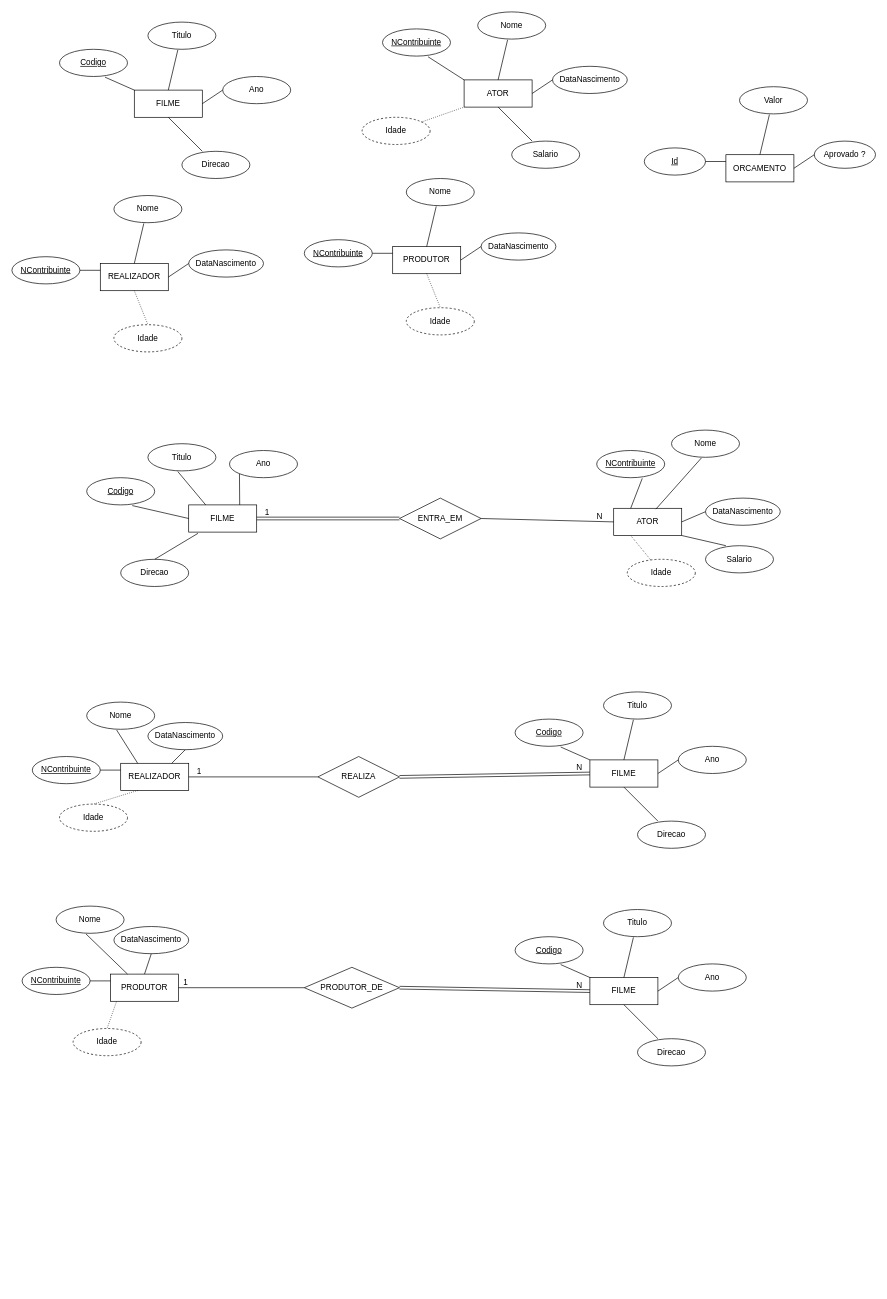
This is DiagramaFilme.drawio from VascoMatos/diagramas, a draw.io file, before an edit. Source tidied: cells renumbered, new cells numbered last; positions are measured from the earlier drawing's top-left corner, leaving out a move shared by most shapes. Both pictures are drawn from the tidied source at 68%, with x=0, y=0 at pixel (12, 12).
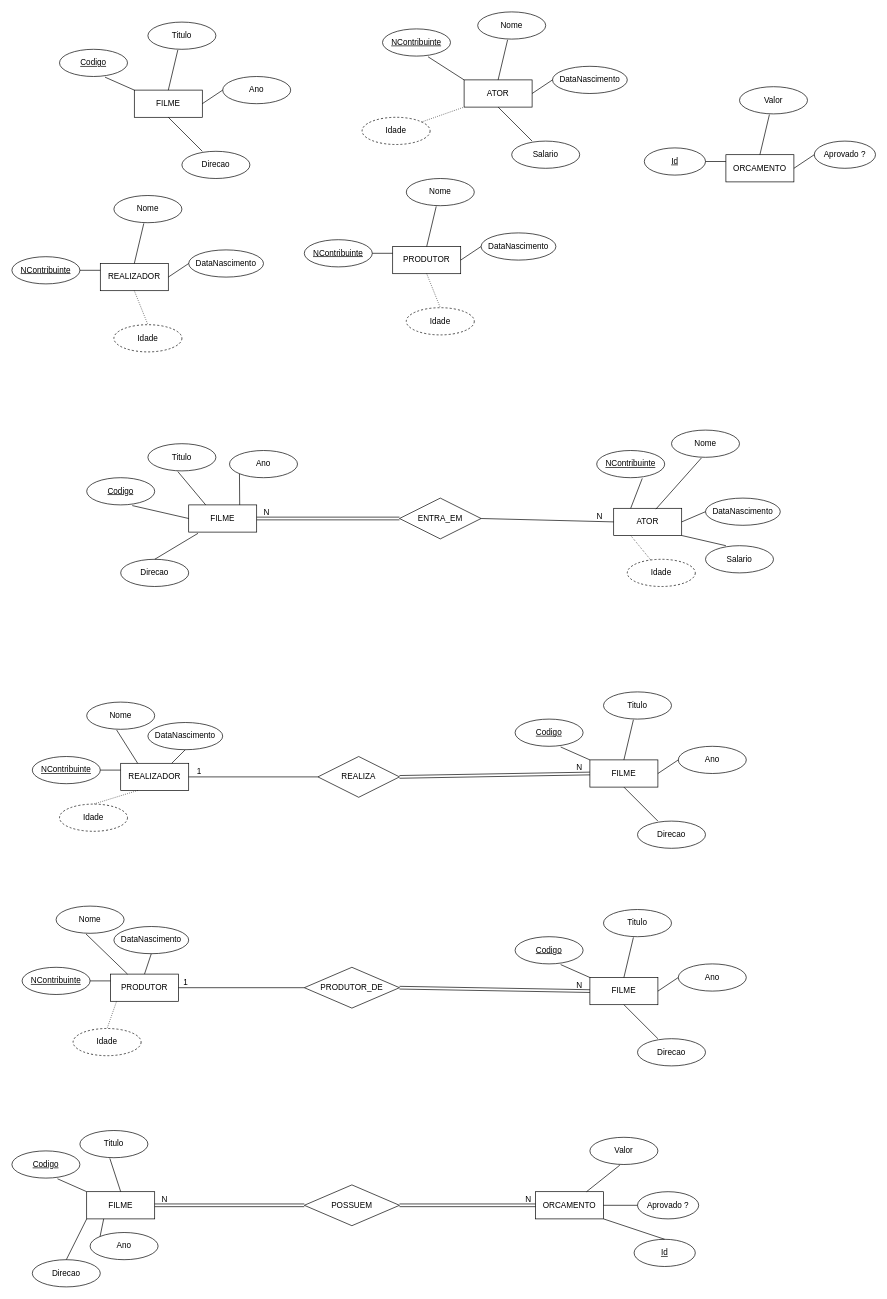
Above is the later version.

Unchanged cells that the change refers to:
```xml
<mxCell id="68" style="shape=link;html=1;rounded=0;exitX=1;exitY=0.5;exitDx=0;exitDy=0;entryX=0;entryY=0.5;entryDx=0;entryDy=0;" parent="1" edge="1" source="48" target="47">
  <mxGeometry relative="1" as="geometry" />
</mxCell>
```

Diff of the diagram source:
```diff
@@
-    <mxCell id="69" value="1" style="html=1;whiteSpace=wrap;align=right;verticalAlign=bottom;" parent="68" vertex="1">
+    <mxCell id="69" value="N" style="html=1;whiteSpace=wrap;align=right;verticalAlign=bottom;" parent="68" vertex="1">
       <mxGeometry x="1" relative="1" as="geometry">
         <mxPoint x="-190" as="offset" />
       </mxGeometry>
     </mxCell>
@@
+    <mxCell id="118" value="FILME" style="whiteSpace=wrap;html=1;align=center;" parent="1" vertex="1">
+      <mxGeometry x="110" y="1735" width="100" height="40" as="geometry" />
+    </mxCell>
+    <mxCell id="119" value="Titulo" style="ellipse;whiteSpace=wrap;html=1;align=center;" parent="1" vertex="1">
+      <mxGeometry x="100" y="1645" width="100" height="40" as="geometry" />
+    </mxCell>
+    <mxCell id="120" value="Ano" style="ellipse;whiteSpace=wrap;html=1;align=center;" parent="1" vertex="1">
+      <mxGeometry x="115" y="1795" width="100" height="40" as="geometry" />
+    </mxCell>
+    <mxCell id="121" value="Direcao" style="ellipse;whiteSpace=wrap;html=1;align=center;" parent="1" vertex="1">
+      <mxGeometry x="30" y="1835" width="100" height="40" as="geometry" />
+    </mxCell>
+    <mxCell id="122" value="Codigo" style="ellipse;whiteSpace=wrap;html=1;align=center;fontStyle=4;" parent="1" vertex="1">
+      <mxGeometry y="1675" width="100" height="40" as="geometry" />
+    </mxCell>
+    <mxCell id="123" style="endArrow=none;html=1;rounded=0;exitX=0.67;exitY=1.025;exitDx=0;exitDy=0;exitPerimeter=0;entryX=0;entryY=0;entryDx=0;entryDy=0;" parent="1" edge="1" source="122" target="118">
+      <mxGeometry relative="1" as="geometry" />
+    </mxCell>
+    <mxCell id="124" style="endArrow=none;html=1;rounded=0;exitX=0.5;exitY=0;exitDx=0;exitDy=0;entryX=0.44;entryY=1.025;entryDx=0;entryDy=0;entryPerimeter=0;" parent="1" edge="1" source="118" target="119">
+      <mxGeometry relative="1" as="geometry" />
+    </mxCell>
+    <mxCell id="125" style="endArrow=none;html=1;rounded=0;exitX=0.25;exitY=1;exitDx=0;exitDy=0;entryX=0;entryY=0;entryDx=0;entryDy=0;" parent="1" edge="1" source="118" target="120">
+      <mxGeometry relative="1" as="geometry" />
+    </mxCell>
+    <mxCell id="126" style="endArrow=none;html=1;rounded=0;exitX=0;exitY=1;exitDx=0;exitDy=0;entryX=0.5;entryY=0;entryDx=0;entryDy=0;" parent="1" edge="1" source="118" target="121">
+      <mxGeometry relative="1" as="geometry" />
+    </mxCell>
+    <mxCell id="127" value="ORCAMENTO" style="whiteSpace=wrap;html=1;align=center;" parent="1" vertex="1">
+      <mxGeometry x="770" y="1735" width="100" height="40" as="geometry" />
+    </mxCell>
+    <mxCell id="128" value="Valor" style="ellipse;whiteSpace=wrap;html=1;align=center;" parent="1" vertex="1">
+      <mxGeometry x="850" y="1655" width="100" height="40" as="geometry" />
+    </mxCell>
+    <mxCell id="129" value="Aprovado ?" style="ellipse;whiteSpace=wrap;html=1;align=center;" parent="1" vertex="1">
+      <mxGeometry x="920" y="1735" width="90" height="40" as="geometry" />
+    </mxCell>
+    <mxCell id="130" value="Id" style="ellipse;whiteSpace=wrap;html=1;align=center;fontStyle=4;" parent="1" vertex="1">
+      <mxGeometry x="915" y="1805" width="90" height="40" as="geometry" />
+    </mxCell>
+    <mxCell id="131" style="endArrow=none;html=1;rounded=0;exitX=0.5;exitY=0;exitDx=0;exitDy=0;entryX=1;entryY=1;entryDx=0;entryDy=0;" parent="1" edge="1" source="130" target="127">
+      <mxGeometry relative="1" as="geometry" />
+    </mxCell>
+    <mxCell id="132" style="endArrow=none;html=1;rounded=0;exitX=0.75;exitY=0;exitDx=0;exitDy=0;entryX=0.44;entryY=1.025;entryDx=0;entryDy=0;entryPerimeter=0;" parent="1" edge="1" source="127" target="128">
+      <mxGeometry relative="1" as="geometry" />
+    </mxCell>
+    <mxCell id="133" style="endArrow=none;html=1;rounded=0;exitX=1;exitY=0.5;exitDx=0;exitDy=0;entryX=0;entryY=0.5;entryDx=0;entryDy=0;" parent="1" edge="1" source="127" target="129">
+      <mxGeometry relative="1" as="geometry" />
+    </mxCell>
+    <mxCell id="134" value="POSSUEM" style="shape=rhombus;perimeter=rhombusPerimeter;whiteSpace=wrap;html=1;align=center;" parent="1" vertex="1">
+      <mxGeometry x="430" y="1725" width="140" height="60" as="geometry" />
+    </mxCell>
+    <mxCell id="135" style="shape=link;html=1;rounded=0;exitX=1;exitY=0.5;exitDx=0;exitDy=0;entryX=0;entryY=0.5;entryDx=0;entryDy=0;" parent="1" edge="1" source="118" target="134">
+      <mxGeometry relative="1" as="geometry" />
+    </mxCell>
+    <mxCell id="136" value="N" style="html=1;whiteSpace=wrap;align=right;verticalAlign=bottom;" parent="135" vertex="1">
+      <mxGeometry x="1" relative="1" as="geometry">
+        <mxPoint x="-200" as="offset" />
+      </mxGeometry>
+    </mxCell>
+    <mxCell id="137" style="shape=link;html=1;rounded=0;exitX=1;exitY=0.5;exitDx=0;exitDy=0;entryX=0;entryY=0.5;entryDx=0;entryDy=0;" parent="1" edge="1" source="134" target="127">
+      <mxGeometry relative="1" as="geometry" />
+    </mxCell>
+    <mxCell id="138" value="N" style="html=1;whiteSpace=wrap;align=right;verticalAlign=bottom;" parent="137" vertex="1">
+      <mxGeometry x="1" relative="1" as="geometry">
+        <mxPoint x="-5" as="offset" />
+      </mxGeometry>
+    </mxCell>
```
